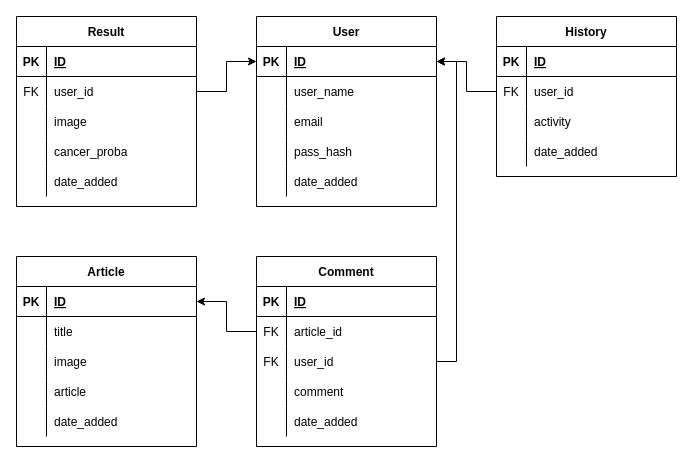
This is page "Database Schema" (2 of 2) of Project Diagrams/Project Diagrams.drawio from Blue-Birman/Bangkit-Capstone-Project-B21-CAP0005, a draw.io file, before an edit. Source tidied: cells renumbered, new cells numbered last; positions are measured from the earlier drawing's top-left corner, leaving out a move shared by most shapes. Both pictures are drawn from the tidied source at 100%, with x=0, y=0 at pixel (16, 16).
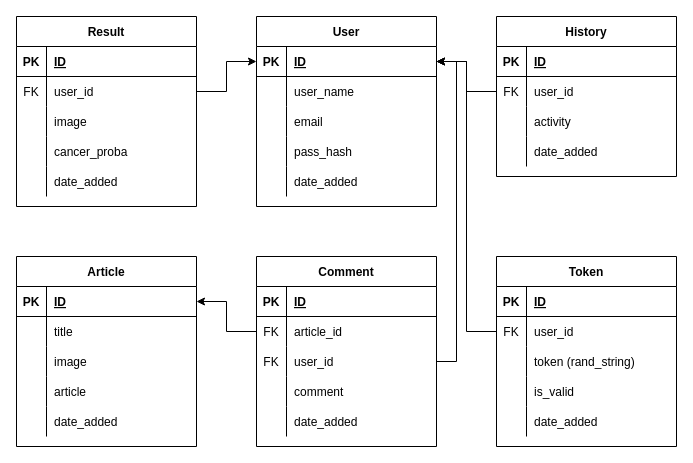
After the change.

Unchanged cells that the change refers to:
```xml
<mxCell id="3" style="shape=partialRectangle;fillColor=none;top=0;left=0;bottom=1;right=0;points=[[0,0.5],[1,0.5]];portConstraint=eastwest;" parent="2" vertex="1">
  <mxGeometry y="30" width="180" height="30" as="geometry" />
</mxCell>
```

The edit, as a diff of the source:
```diff
@@
+    <mxCell id="83" value="Token" style="shape=table;startSize=30;childLayout=tableLayout;rowLines=0;fontStyle=1;align=center;" parent="1" vertex="1">
+      <mxGeometry x="480" y="240" width="180" height="190" as="geometry" />
+    </mxCell>
+    <mxCell id="84" style="shape=partialRectangle;fillColor=none;top=0;left=0;bottom=1;right=0;" parent="83" vertex="1">
+      <mxGeometry y="30" width="180" height="30" as="geometry" />
+    </mxCell>
+    <mxCell id="85" value="PK" style="shape=partialRectangle;fillColor=none;top=0;left=0;bottom=0;right=0;fontStyle=1;overflow=hidden;" parent="84" vertex="1">
+      <mxGeometry width="30" height="30" as="geometry" />
+    </mxCell>
+    <mxCell id="86" value="ID" style="shape=partialRectangle;fillColor=none;top=0;left=0;bottom=0;right=0;align=left;spacingLeft=6;fontStyle=5;overflow=hidden;" parent="84" vertex="1">
+      <mxGeometry x="30" width="150" height="30" as="geometry" />
+    </mxCell>
+    <mxCell id="87" style="shape=partialRectangle;fillColor=none;top=0;left=0;bottom=0;right=0;points=[[0,0.5],[1,0.5]];portConstraint=eastwest;" parent="83" vertex="1">
+      <mxGeometry y="60" width="180" height="30" as="geometry" />
+    </mxCell>
+    <mxCell id="88" value="FK" style="shape=partialRectangle;fillColor=none;top=0;left=0;bottom=0;right=0;overflow=hidden;" parent="87" vertex="1">
+      <mxGeometry width="30" height="30" as="geometry" />
+    </mxCell>
+    <mxCell id="89" value="user_id" style="shape=partialRectangle;fillColor=none;top=0;left=0;bottom=0;right=0;align=left;spacingLeft=6;overflow=hidden;" parent="87" vertex="1">
+      <mxGeometry x="30" width="150" height="30" as="geometry" />
+    </mxCell>
+    <mxCell id="90" style="shape=partialRectangle;fillColor=none;top=0;left=0;bottom=0;right=0;" parent="83" vertex="1">
+      <mxGeometry y="90" width="180" height="30" as="geometry" />
+    </mxCell>
+    <mxCell id="91" style="shape=partialRectangle;fillColor=none;top=0;left=0;bottom=0;right=0;overflow=hidden;" parent="90" vertex="1">
+      <mxGeometry width="30" height="30" as="geometry" />
+    </mxCell>
+    <mxCell id="92" value="token (rand_string)" style="shape=partialRectangle;fillColor=none;top=0;left=0;bottom=0;right=0;align=left;spacingLeft=6;overflow=hidden;" parent="90" vertex="1">
+      <mxGeometry x="30" width="150" height="30" as="geometry" />
+    </mxCell>
+    <mxCell id="93" style="shape=partialRectangle;fillColor=none;top=0;left=0;bottom=0;right=0;" parent="83" vertex="1">
+      <mxGeometry y="120" width="180" height="30" as="geometry" />
+    </mxCell>
+    <mxCell id="94" style="shape=partialRectangle;fillColor=none;top=0;left=0;bottom=0;right=0;overflow=hidden;" parent="93" vertex="1">
+      <mxGeometry width="30" height="30" as="geometry" />
+    </mxCell>
+    <mxCell id="95" value="is_valid" style="shape=partialRectangle;fillColor=none;top=0;left=0;bottom=0;right=0;align=left;spacingLeft=6;overflow=hidden;" parent="93" vertex="1">
+      <mxGeometry x="30" width="150" height="30" as="geometry" />
+    </mxCell>
+    <mxCell id="96" style="shape=partialRectangle;fillColor=none;top=0;left=0;bottom=0;right=0;" parent="83" vertex="1">
+      <mxGeometry y="150" width="180" height="30" as="geometry" />
+    </mxCell>
+    <mxCell id="97" style="shape=partialRectangle;fillColor=none;top=0;left=0;bottom=0;right=0;overflow=hidden;" parent="96" vertex="1">
+      <mxGeometry width="30" height="30" as="geometry" />
+    </mxCell>
+    <mxCell id="98" value="date_added" style="shape=partialRectangle;fillColor=none;top=0;left=0;bottom=0;right=0;align=left;spacingLeft=6;overflow=hidden;" parent="96" vertex="1">
+      <mxGeometry x="30" width="150" height="30" as="geometry" />
+    </mxCell>
+    <mxCell id="99" style="edgeStyle=orthogonalEdgeStyle;rounded=0;jettySize=auto;html=1;startArrow=none;startFill=0;endArrow=classic;endFill=1;" parent="1" edge="1" source="87" target="3">
+      <mxGeometry relative="1" as="geometry" />
+    </mxCell>
```
